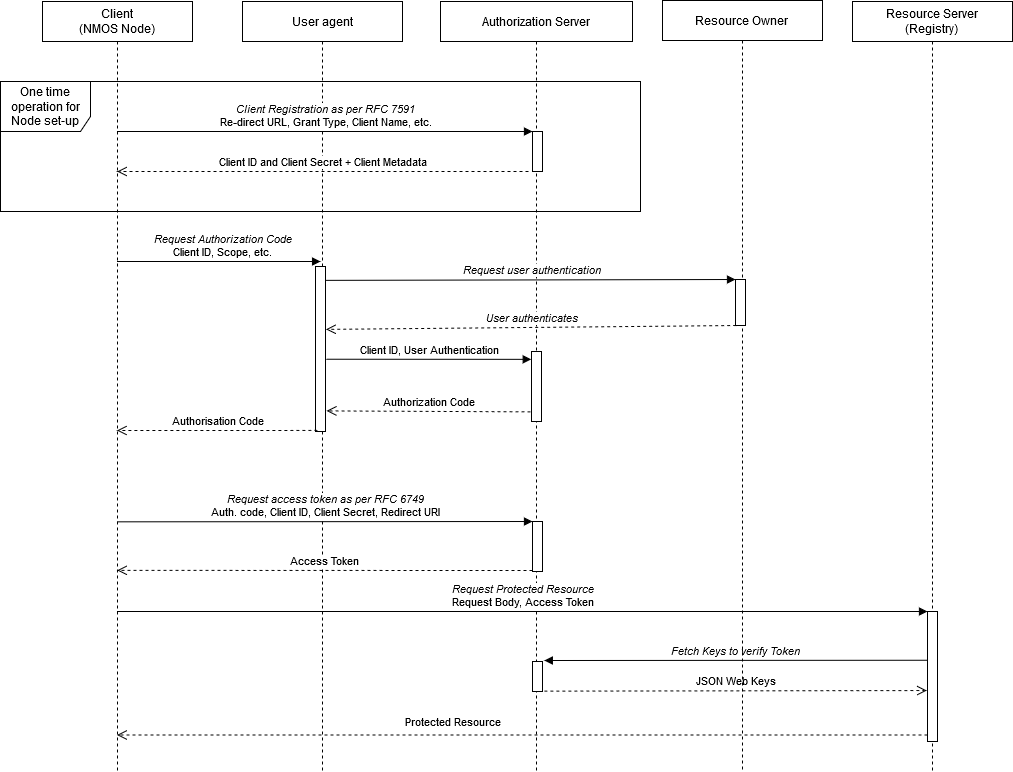
Before: docs/images/authorization_flow.png, a diagram exported from draw.io (AMWA-TV/is-10). Source tidied: cells renumbered, new cells last; positions are measured from the earlier drawing's top-left corner, leaving out a move shared by most shapes.
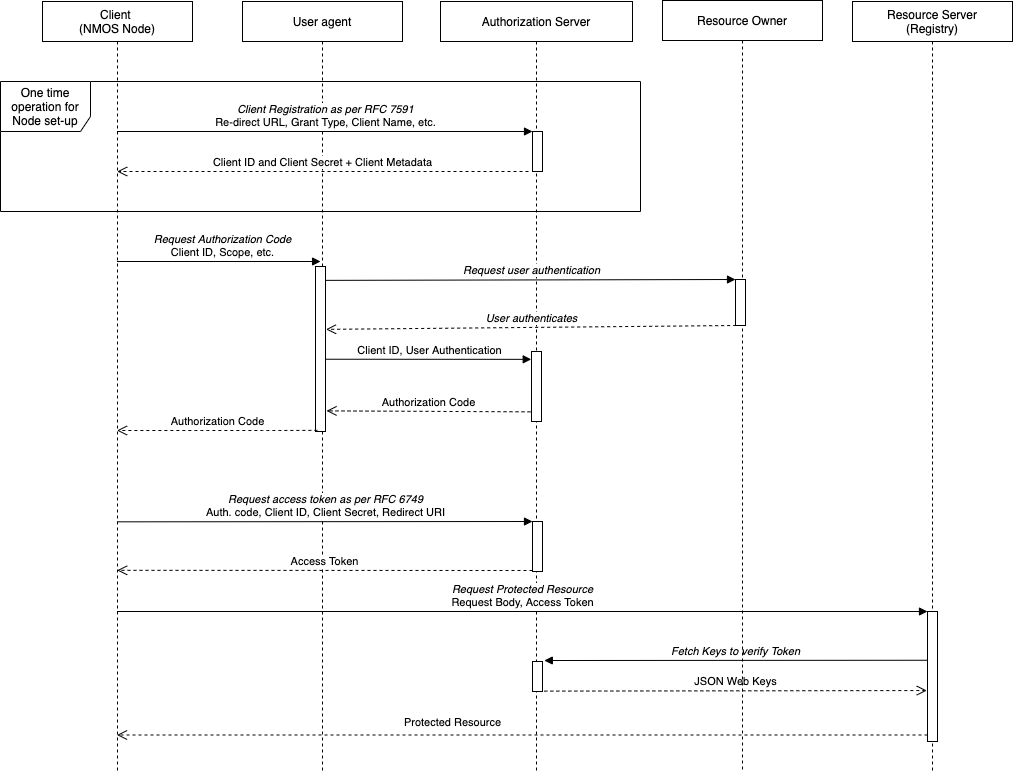
After the commit.

Commit message:
Changed Authorisation to Authorization

What changed in the source:
```diff
@@ -55,7 +55,7 @@
         <mxPoint x="116.7" y="171" as="targetPoint" />
       </mxGeometry>
     </mxCell>
-    <mxCell id="17" value="Authorisation Code" style="html=1;verticalAlign=bottom;endArrow=open;dashed=1;endSize=8;exitX=0.186;exitY=0.993;exitDx=0;exitDy=0;exitPerimeter=0;" parent="1" edge="1" source="4" target="2">
+    <mxCell id="17" value="Authorization Code" style="html=1;verticalAlign=bottom;endArrow=open;dashed=1;endSize=8;exitX=0.186;exitY=0.993;exitDx=0;exitDy=0;exitPerimeter=0;" parent="1" edge="1" source="4" target="2">
       <mxGeometry relative="1" as="geometry">
         <Array as="points">
           <mxPoint x="272" y="430" />
```
